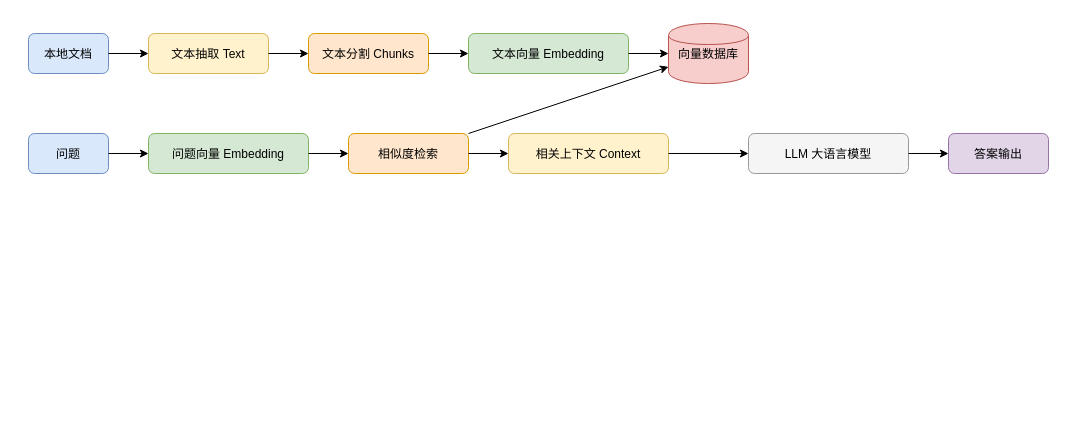
Before: rag.drawio in 729973389/picture, a draw.io diagram. Source tidied: cells renumbered, new cells numbered last; positions are measured from the earlier drawing's top-left corner, leaving out a move shared by most shapes. Both pictures are drawn from the tidied source at 100%, with x=0, y=0 at pixel (28, 23).
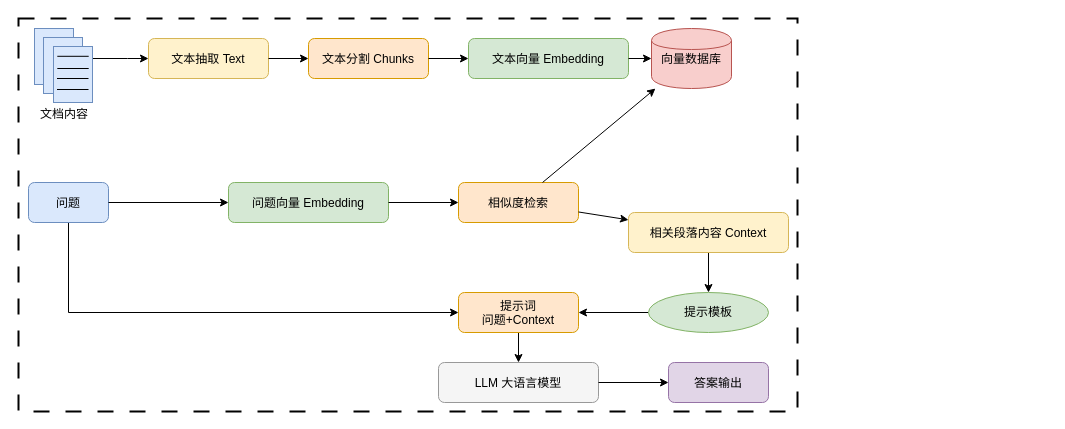
The same page after the edit.

Change to the diagram source:
```diff
@@
-    <mxCell id="2" value="本地文档" style="rounded=1;fillColor=#dae8fc;strokeColor=#6c8ebf;" parent="1" vertex="1">
-      <mxGeometry y="10" width="80" height="40" as="geometry" />
-    </mxCell>
+    <mxCell id="23" style="rounded=0;whiteSpace=wrap;html=1;labelBackgroundColor=default;strokeWidth=2;dashed=1;dashPattern=8 8;strokeColor=default;" parent="1" vertex="1">
+      <mxGeometry x="-10" y="-5" width="779" height="393" as="geometry" />
+    </mxCell>
     <mxCell id="3" value="文本抽取 Text" style="rounded=1;fillColor=#fff2cc;strokeColor=#d6b656;" parent="1" vertex="1">
-      <mxGeometry x="120" y="10" width="120" height="40" as="geometry" />
+      <mxGeometry x="120" y="15" width="120" height="40" as="geometry" />
     </mxCell>
     <mxCell id="4" value="文本分割 Chunks" style="rounded=1;fillColor=#ffe6cc;strokeColor=#d79b00;" parent="1" vertex="1">
-      <mxGeometry x="280" y="10" width="120" height="40" as="geometry" />
+      <mxGeometry x="280" y="15" width="120" height="40" as="geometry" />
     </mxCell>
     <mxCell id="5" value="文本向量 Embedding" style="rounded=1;fillColor=#d5e8d4;strokeColor=#82b366;" parent="1" vertex="1">
-      <mxGeometry x="440" y="10" width="160" height="40" as="geometry" />
+      <mxGeometry x="440" y="15" width="160" height="40" as="geometry" />
     </mxCell>
     <mxCell id="6" value="向量数据库" style="shape=cylinder;fillColor=#f8cecc;strokeColor=#b85450;" parent="1" vertex="1">
-      <mxGeometry x="640" width="80" height="60" as="geometry" />
+      <mxGeometry x="623" y="5" width="80" height="60" as="geometry" />
     </mxCell>
-    <mxCell id="7" parent="1" edge="1" source="2" target="3">
-      <mxGeometry relative="1" as="geometry" />
-    </mxCell>
@@
+    <mxCell id="24" style="edgeStyle=orthogonalEdgeStyle;rounded=0;jettySize=auto;html=1;entryX=0;entryY=0.5;entryDx=0;entryDy=0;" parent="1" edge="1" source="11" target="29">
+      <mxGeometry relative="1" as="geometry">
+        <Array as="points">
+          <mxPoint x="40" y="289" />
+        </Array>
+      </mxGeometry>
+    </mxCell>
     <mxCell id="11" value="问题" style="rounded=1;fillColor=#dae8fc;strokeColor=#6c8ebf;" parent="1" vertex="1">
-      <mxGeometry y="110" width="80" height="40" as="geometry" />
+      <mxGeometry y="159" width="80" height="40" as="geometry" />
     </mxCell>
     <mxCell id="12" value="问题向量 Embedding" style="rounded=1;fillColor=#d5e8d4;strokeColor=#82b366;" parent="1" vertex="1">
-      <mxGeometry x="120" y="110" width="160" height="40" as="geometry" />
+      <mxGeometry x="200" y="159" width="160" height="40" as="geometry" />
     </mxCell>
     <mxCell id="13" value="相似度检索" style="rounded=1;fillColor=#ffe6cc;strokeColor=#d79b00;" parent="1" vertex="1">
-      <mxGeometry x="320" y="110" width="120" height="40" as="geometry" />
+      <mxGeometry x="430" y="159" width="120" height="40" as="geometry" />
     </mxCell>
+    <mxCell id="25" style="edgeStyle=orthogonalEdgeStyle;rounded=0;jettySize=auto;html=1;entryX=0.5;entryY=0;entryDx=0;entryDy=0;" parent="1" edge="1" source="14" target="27">
+      <mxGeometry relative="1" as="geometry" />
+    </mxCell>
-    <mxCell id="14" value="相关上下文 Context" style="rounded=1;fillColor=#fff2cc;strokeColor=#d6b656;" parent="1" vertex="1">
-      <mxGeometry x="480" y="110" width="160" height="40" as="geometry" />
+    <mxCell id="14" value="相关段落内容 Context" style="rounded=1;fillColor=#fff2cc;strokeColor=#d6b656;" parent="1" vertex="1">
+      <mxGeometry x="600" y="189" width="160" height="40" as="geometry" />
     </mxCell>
@@
     <mxCell id="19" value="LLM 大语言模型" style="rounded=1;fillColor=#f5f5f5;strokeColor=#999999;" parent="1" vertex="1">
-      <mxGeometry x="720" y="110" width="160" height="40" as="geometry" />
+      <mxGeometry x="410" y="339" width="160" height="40" as="geometry" />
     </mxCell>
     <mxCell id="20" value="答案输出" style="rounded=1;fillColor=#e1d5e7;strokeColor=#9673a6;" parent="1" vertex="1">
-      <mxGeometry x="920" y="110" width="100" height="40" as="geometry" />
+      <mxGeometry x="640" y="339" width="100" height="40" as="geometry" />
     </mxCell>
-    <mxCell id="21" parent="1" edge="1" source="14" target="19">
-      <mxGeometry relative="1" as="geometry" />
-    </mxCell>
@@
+    <mxCell id="26" style="edgeStyle=orthogonalEdgeStyle;rounded=0;jettySize=auto;html=1;entryX=1;entryY=0.5;entryDx=0;entryDy=0;" parent="1" edge="1" source="27" target="29">
+      <mxGeometry relative="1" as="geometry" />
+    </mxCell>
+    <mxCell id="27" value="提示模板" style="ellipse;whiteSpace=wrap;html=1;fillColor=#d5e8d4;strokeColor=#82b366;" parent="1" vertex="1">
+      <mxGeometry x="620" y="269" width="120" height="40" as="geometry" />
+    </mxCell>
+    <mxCell id="28" style="edgeStyle=orthogonalEdgeStyle;rounded=0;jettySize=auto;html=1;entryX=0.5;entryY=0;entryDx=0;entryDy=0;" parent="1" edge="1" source="29" target="19">
+      <mxGeometry relative="1" as="geometry" />
+    </mxCell>
+    <mxCell id="29" value="提示词&#10;问题+Context" style="rounded=1;fillColor=#ffe6cc;strokeColor=#d79b00;" parent="1" vertex="1">
+      <mxGeometry x="430" y="269" width="120" height="40" as="geometry" />
+    </mxCell>
+    <mxCell id="30" style="rounded=0;whiteSpace=wrap;html=1;fillColor=#dae8fc;strokeColor=#6c8ebf;" parent="1" vertex="1">
+      <mxGeometry x="6" y="5" width="39" height="56" as="geometry" />
+    </mxCell>
+    <mxCell id="31" style="rounded=0;whiteSpace=wrap;html=1;fillColor=#dae8fc;strokeColor=#6c8ebf;" parent="1" vertex="1">
+      <mxGeometry x="15" y="14" width="39" height="56" as="geometry" />
+    </mxCell>
+    <mxCell id="32" style="edgeStyle=orthogonalEdgeStyle;rounded=0;jettySize=auto;html=1;entryX=0;entryY=0.5;entryDx=0;entryDy=0;" parent="1" edge="1" source="33" target="3">
+      <mxGeometry relative="1" as="geometry">
+        <Array as="points">
+          <mxPoint x="99" y="35" />
+          <mxPoint x="99" y="35" />
+        </Array>
+      </mxGeometry>
+    </mxCell>
+    <mxCell id="33" style="rounded=0;whiteSpace=wrap;html=1;fillColor=#dae8fc;strokeColor=#6c8ebf;" parent="1" vertex="1">
+      <mxGeometry x="25" y="23" width="39" height="56" as="geometry" />
+    </mxCell>
+    <mxCell id="34" style="endArrow=none;html=1;rounded=0;" parent="1" edge="1">
+      <mxGeometry relative="1" as="geometry">
+        <mxPoint x="28.8" y="32.8" as="sourcePoint" />
+        <mxPoint x="60.2" y="32.8" as="targetPoint" />
+      </mxGeometry>
+    </mxCell>
+    <mxCell id="35" style="endArrow=none;html=1;rounded=0;" parent="1" edge="1">
+      <mxGeometry relative="1" as="geometry">
+        <mxPoint x="28.8" y="45" as="sourcePoint" />
+        <mxPoint x="60.2" y="45" as="targetPoint" />
+      </mxGeometry>
+    </mxCell>
+    <mxCell id="36" style="endArrow=none;html=1;rounded=0;" parent="1" edge="1">
+      <mxGeometry relative="1" as="geometry">
+        <mxPoint x="28.5" y="55" as="sourcePoint" />
+        <mxPoint x="60" y="55" as="targetPoint" />
+      </mxGeometry>
+    </mxCell>
+    <mxCell id="37" style="endArrow=none;html=1;rounded=0;" parent="1" edge="1">
+      <mxGeometry relative="1" as="geometry">
+        <mxPoint x="28.5" y="66" as="sourcePoint" />
+        <mxPoint x="60" y="66" as="targetPoint" />
+      </mxGeometry>
+    </mxCell>
+    <mxCell id="38" value="文档内容" style="text;html=1;align=center;verticalAlign=middle;whiteSpace=wrap;rounded=0;" parent="1" vertex="1">
+      <mxGeometry x="6" y="76" width="60" height="30" as="geometry" />
+    </mxCell>
```
